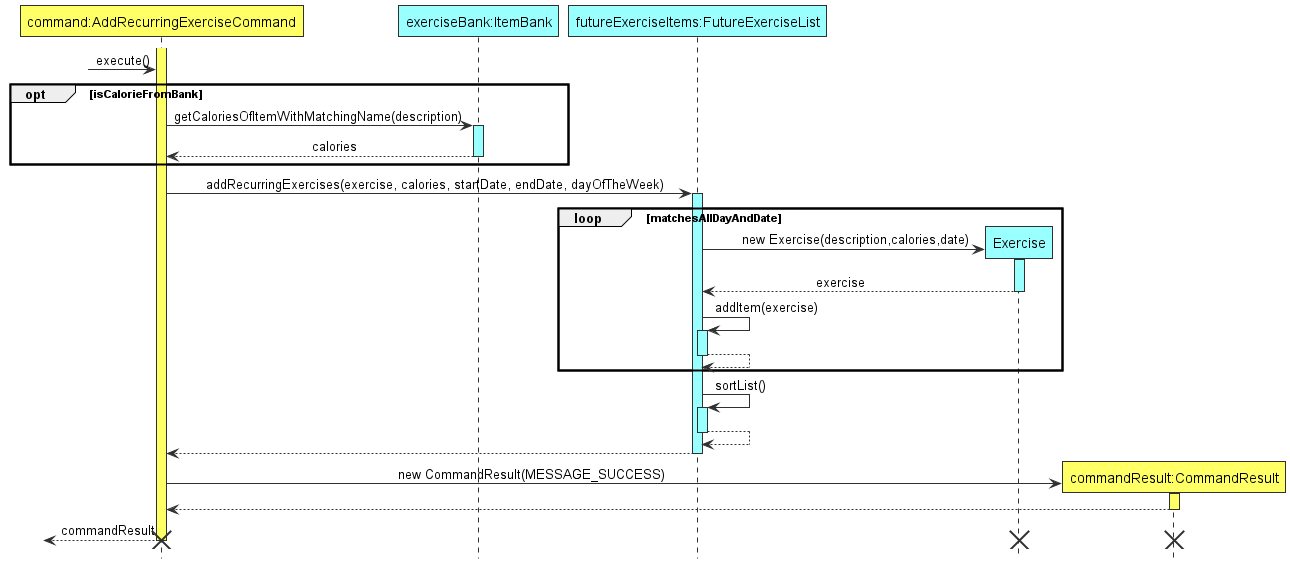
Earlier version of the PlantUML export docs/images/AddRecurringExerciseSequenceDiagram.png (tryyang2001/tp). Its diagram source:
```plantuml
@startuml

!include Style.puml
hide footbox

participant "command:AddRecurringExerciseCommand" As AddRecurringExerciseCommand LOGIC_COLOUR
participant "exerciseBank:ItemBank" As ItemBank DATA_COLOUR

activate AddRecurringExerciseCommand LOGIC_COLOUR
?->AddRecurringExerciseCommand :execute()

opt isCalorieFromBank
    AddRecurringExerciseCommand -> ItemBank : getCaloriesOfItemWithMatchingName(description)
    activate ItemBank DATA_COLOUR
    ItemBank --> AddRecurringExerciseCommand : \t\t\t\tcalories
    deactivate ItemBank

end

participant "futureExerciseItems:FutureExerciseList" As FutureExerciseItems DATA_COLOUR
AddRecurringExerciseCommand -> FutureExerciseItems : \taddRecurringExercises(exercise, calories, startDate, endDate, dayOfTheWeek)
activate FutureExerciseItems DATA_COLOUR
loop matchesAllDayAndDate
create "Exercise" As Exercise DATA_COLOUR
    FutureExerciseItems -> Exercise ** : \tnew Exercise(description,calories,date)
    activate Exercise DATA_COLOUR
    Exercise --> FutureExerciseItems : \t\t\texercise
    deactivate Exercise
FutureExerciseItems -> FutureExerciseItems ++  DATA_COLOUR: addItem(exercise)
FutureExerciseItems --> FutureExerciseItems --
end
FutureExerciseItems -> FutureExerciseItems ++  DATA_COLOUR: sortList()
FutureExerciseItems --> FutureExerciseItems --
FutureExerciseItems --> AddRecurringExerciseCommand
deactivate FutureExerciseItems

participant "commandResult:CommandResult" As CommandResult LOGIC_COLOUR
AddRecurringExerciseCommand -> CommandResult **: \t\t\t\t\t\t\tnew CommandResult(MESSAGE_SUCCESS)
activate CommandResult LOGIC_COLOUR
CommandResult --> AddRecurringExerciseCommand
deactivate CommandResult



?<-- AddRecurringExerciseCommand : commandResult
deactivate AddRecurringExerciseCommand
destroy Exercise
destroy CommandResult
destroy AddRecurringExerciseCommand
@enduml
```
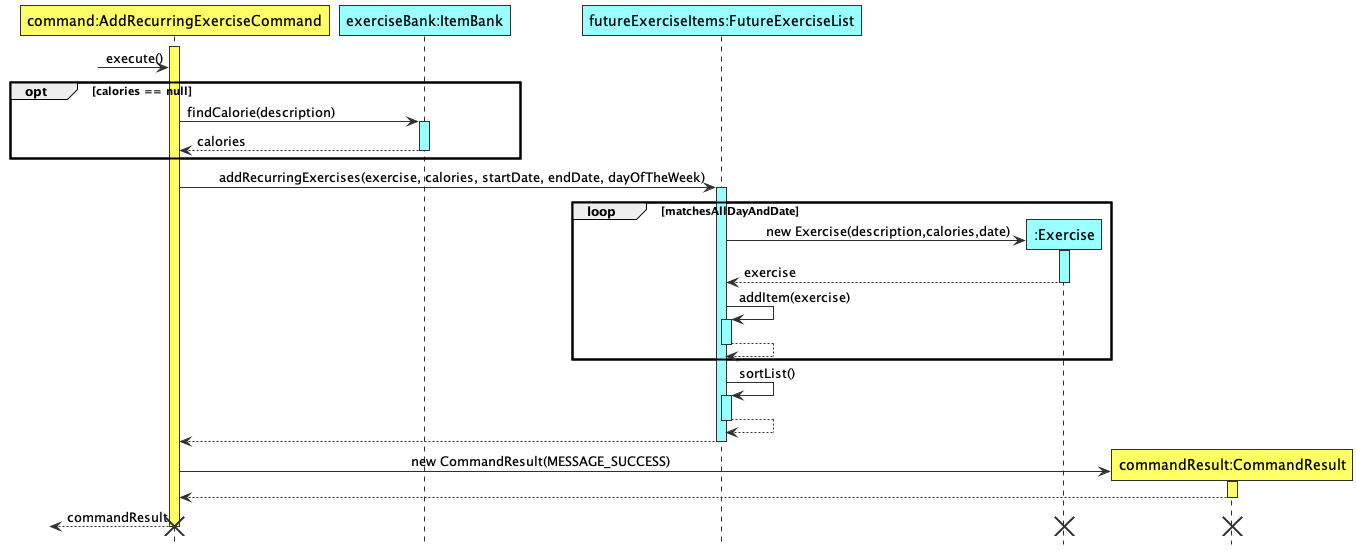
Later version of the same file.

Commit message:
Change diagrams colour

The edit, as a diff of the source:
```diff
@@ -9,10 +9,10 @@
 activate AddRecurringExerciseCommand LOGIC_COLOUR
 ?->AddRecurringExerciseCommand :execute()
 
-opt isCalorieFromBank
-    AddRecurringExerciseCommand -> ItemBank : getCaloriesOfItemWithMatchingName(description)
+opt calories == null
+    AddRecurringExerciseCommand -> ItemBank : findCalorie(description)
     activate ItemBank DATA_COLOUR
-    ItemBank --> AddRecurringExerciseCommand : \t\t\t\tcalories
+    ItemBank --> AddRecurringExerciseCommand : calories
     deactivate ItemBank
 
 end
@@ -21,10 +21,10 @@
 AddRecurringExerciseCommand -> FutureExerciseItems : \taddRecurringExercises(exercise, calories, startDate, endDate, dayOfTheWeek)
 activate FutureExerciseItems DATA_COLOUR
 loop matchesAllDayAndDate
-create "Exercise" As Exercise DATA_COLOUR
+create ":Exercise" As Exercise DATA_COLOUR
     FutureExerciseItems -> Exercise ** : \tnew Exercise(description,calories,date)
     activate Exercise DATA_COLOUR
-    Exercise --> FutureExerciseItems : \t\t\texercise
+    Exercise --> FutureExerciseItems : exercise
     deactivate Exercise
 FutureExerciseItems -> FutureExerciseItems ++  DATA_COLOUR: addItem(exercise)
 FutureExerciseItems --> FutureExerciseItems --
```
